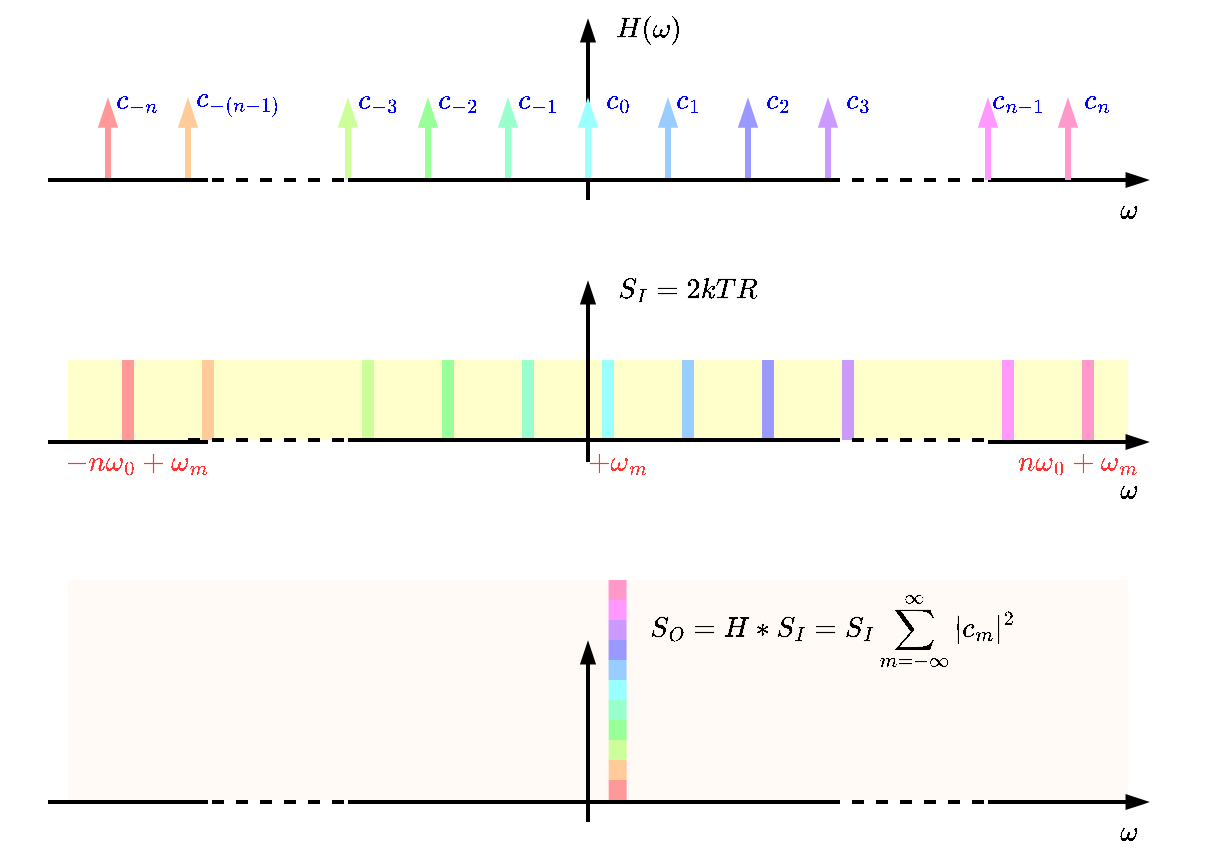
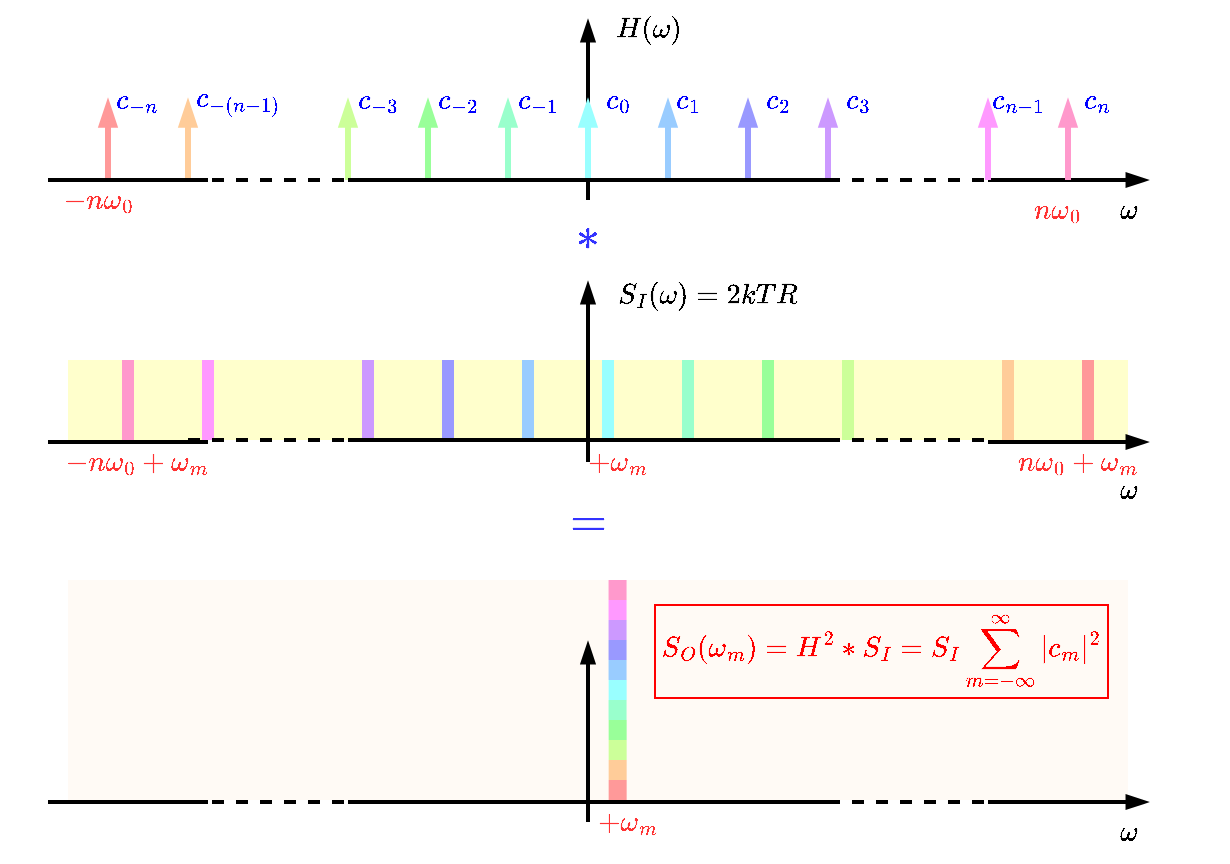
<mxfile host="Electron" agent="Mozilla/5.0 (X11; Linux x86_64) AppleWebKit/537.36 (KHTML, like Gecko) draw.io/28.2.5 Chrome/138.0.7204.251 Electron/37.6.1 Safari/537.36" version="28.2.5">
  <diagram name="Page-1" id="sSTQXFfBTM-hqnwJZ4un">
    <mxGraphModel dx="958" dy="573" grid="1" gridSize="10" guides="1" tooltips="1" connect="1" arrows="1" fold="1" page="1" pageScale="1" pageWidth="850" pageHeight="1100" math="1" shadow="0">
      <root>
        <mxCell id="0" />
        <mxCell id="1" parent="0" />
-         <mxCell id="QjtPeYFllpiAiabISpYr-104" value="" style="rounded=0;whiteSpace=wrap;html=1;fillColor=#FFE6CC;strokeColor=none;opacity=20;" vertex="1" parent="1">
+         <mxCell id="QjtPeYFllpiAiabISpYr-104" value="" style="rounded=0;whiteSpace=wrap;html=1;fillColor=#FFE6CC;strokeColor=none;opacity=20;" parent="1" vertex="1">
          <mxGeometry x="100" y="320" width="530" height="110" as="geometry" />
        </mxCell>
-         <mxCell id="QjtPeYFllpiAiabISpYr-67" value="" style="rounded=0;whiteSpace=wrap;html=1;fillColor=#FFFF00;strokeColor=none;opacity=20;" vertex="1" parent="1">
+         <mxCell id="QjtPeYFllpiAiabISpYr-67" value="" style="rounded=0;whiteSpace=wrap;html=1;fillColor=#FFFF00;strokeColor=none;opacity=20;" parent="1" vertex="1">
          <mxGeometry x="100" y="210" width="530" height="40" as="geometry" />
        </mxCell>
-         <mxCell id="QjtPeYFllpiAiabISpYr-13" value="" style="endArrow=blockThin;html=1;rounded=0;strokeWidth=2;endFill=1;" edge="1" parent="1">
+         <mxCell id="QjtPeYFllpiAiabISpYr-13" value="" style="endArrow=blockThin;html=1;rounded=0;strokeWidth=2;endFill=1;" parent="1" edge="1">
          <mxGeometry width="50" height="50" relative="1" as="geometry">
            <mxPoint x="360" y="130" as="sourcePoint" />
            <mxPoint x="360" y="40" as="targetPoint" />
          </mxGeometry>
        </mxCell>
-         <mxCell id="QjtPeYFllpiAiabISpYr-1" value="" style="endArrow=blockThin;html=1;rounded=0;strokeWidth=2;endFill=1;" edge="1" parent="1">
+         <mxCell id="QjtPeYFllpiAiabISpYr-1" value="" style="endArrow=blockThin;html=1;rounded=0;strokeWidth=2;endFill=1;" parent="1" edge="1">
          <mxGeometry width="50" height="50" relative="1" as="geometry">
            <mxPoint x="560" y="120" as="sourcePoint" />
            <mxPoint x="640" y="120" as="targetPoint" />
          </mxGeometry>
        </mxCell>
-         <mxCell id="QjtPeYFllpiAiabISpYr-3" value="" style="endArrow=blockThin;html=1;rounded=0;strokeWidth=3;strokeColor=#CCFF99;endFill=1;" edge="1" parent="1">
+         <mxCell id="QjtPeYFllpiAiabISpYr-3" value="" style="endArrow=blockThin;html=1;rounded=0;strokeWidth=3;strokeColor=#CCFF99;endFill=1;" parent="1" edge="1">
          <mxGeometry width="50" height="50" relative="1" as="geometry">
            <mxPoint x="240" y="120" as="sourcePoint" />
            <mxPoint x="240" y="80" as="targetPoint" />
          </mxGeometry>
        </mxCell>
-         <mxCell id="QjtPeYFllpiAiabISpYr-4" value="" style="endArrow=blockThin;html=1;rounded=0;strokeWidth=3;strokeColor=#99FF99;endFill=1;" edge="1" parent="1">
+         <mxCell id="QjtPeYFllpiAiabISpYr-4" value="" style="endArrow=blockThin;html=1;rounded=0;strokeWidth=3;strokeColor=#99FF99;endFill=1;" parent="1" edge="1">
          <mxGeometry width="50" height="50" relative="1" as="geometry">
            <mxPoint x="280" y="120" as="sourcePoint" />
            <mxPoint x="280" y="80" as="targetPoint" />
          </mxGeometry>
        </mxCell>
-         <mxCell id="QjtPeYFllpiAiabISpYr-5" value="" style="endArrow=blockThin;html=1;rounded=0;strokeWidth=3;strokeColor=#99FFCC;endFill=1;" edge="1" parent="1">
+         <mxCell id="QjtPeYFllpiAiabISpYr-5" value="" style="endArrow=blockThin;html=1;rounded=0;strokeWidth=3;strokeColor=#99FFCC;endFill=1;" parent="1" edge="1">
          <mxGeometry width="50" height="50" relative="1" as="geometry">
            <mxPoint x="320" y="120" as="sourcePoint" />
            <mxPoint x="320" y="80" as="targetPoint" />
          </mxGeometry>
        </mxCell>
-         <mxCell id="QjtPeYFllpiAiabISpYr-6" value="" style="endArrow=blockThin;html=1;rounded=0;strokeWidth=3;strokeColor=#99FFFF;endFill=1;" edge="1" parent="1">
+         <mxCell id="QjtPeYFllpiAiabISpYr-6" value="" style="endArrow=blockThin;html=1;rounded=0;strokeWidth=3;strokeColor=#99FFFF;endFill=1;" parent="1" edge="1">
          <mxGeometry width="50" height="50" relative="1" as="geometry">
            <mxPoint x="360" y="120" as="sourcePoint" />
            <mxPoint x="360" y="80" as="targetPoint" />
          </mxGeometry>
        </mxCell>
-         <mxCell id="QjtPeYFllpiAiabISpYr-7" value="" style="endArrow=blockThin;html=1;rounded=0;strokeWidth=3;strokeColor=#99CCFF;endFill=1;" edge="1" parent="1">
+         <mxCell id="QjtPeYFllpiAiabISpYr-7" value="" style="endArrow=blockThin;html=1;rounded=0;strokeWidth=3;strokeColor=#99CCFF;endFill=1;" parent="1" edge="1">
          <mxGeometry width="50" height="50" relative="1" as="geometry">
            <mxPoint x="400" y="120" as="sourcePoint" />
            <mxPoint x="400" y="80" as="targetPoint" />
          </mxGeometry>
        </mxCell>
-         <mxCell id="QjtPeYFllpiAiabISpYr-8" value="" style="endArrow=blockThin;html=1;rounded=0;strokeWidth=3;strokeColor=#9999FF;endFill=1;" edge="1" parent="1">
+         <mxCell id="QjtPeYFllpiAiabISpYr-8" value="" style="endArrow=blockThin;html=1;rounded=0;strokeWidth=3;strokeColor=#9999FF;endFill=1;" parent="1" edge="1">
          <mxGeometry width="50" height="50" relative="1" as="geometry">
            <mxPoint x="440" y="120" as="sourcePoint" />
            <mxPoint x="440" y="80" as="targetPoint" />
          </mxGeometry>
        </mxCell>
-         <mxCell id="QjtPeYFllpiAiabISpYr-9" value="" style="endArrow=blockThin;html=1;rounded=0;strokeWidth=3;strokeColor=#CC99FF;endFill=1;" edge="1" parent="1">
+         <mxCell id="QjtPeYFllpiAiabISpYr-9" value="" style="endArrow=blockThin;html=1;rounded=0;strokeWidth=3;strokeColor=#CC99FF;endFill=1;" parent="1" edge="1">
          <mxGeometry width="50" height="50" relative="1" as="geometry">
            <mxPoint x="480" y="120" as="sourcePoint" />
            <mxPoint x="480" y="80" as="targetPoint" />
          </mxGeometry>
        </mxCell>
-         <mxCell id="QjtPeYFllpiAiabISpYr-11" value="" style="endArrow=blockThin;html=1;rounded=0;strokeWidth=3;strokeColor=#FF99FF;endFill=1;" edge="1" parent="1">
+         <mxCell id="QjtPeYFllpiAiabISpYr-11" value="" style="endArrow=blockThin;html=1;rounded=0;strokeWidth=3;strokeColor=#FF99FF;endFill=1;" parent="1" edge="1">
          <mxGeometry width="50" height="50" relative="1" as="geometry">
            <mxPoint x="560" y="120" as="sourcePoint" />
            <mxPoint x="560" y="80" as="targetPoint" />
          </mxGeometry>
        </mxCell>
-         <mxCell id="QjtPeYFllpiAiabISpYr-14" value="" style="endArrow=blockThin;html=1;rounded=0;strokeWidth=3;strokeColor=#FF9999;endFill=1;" edge="1" parent="1">
+         <mxCell id="QjtPeYFllpiAiabISpYr-14" value="" style="endArrow=blockThin;html=1;rounded=0;strokeWidth=3;strokeColor=#FF9999;endFill=1;" parent="1" edge="1">
          <mxGeometry width="50" height="50" relative="1" as="geometry">
            <mxPoint x="120" y="120" as="sourcePoint" />
            <mxPoint x="120" y="80" as="targetPoint" />
          </mxGeometry>
        </mxCell>
-         <mxCell id="QjtPeYFllpiAiabISpYr-15" value="" style="endArrow=blockThin;html=1;rounded=0;strokeWidth=3;strokeColor=#FFCC99;endFill=1;" edge="1" parent="1">
+         <mxCell id="QjtPeYFllpiAiabISpYr-15" value="" style="endArrow=blockThin;html=1;rounded=0;strokeWidth=3;strokeColor=#FFCC99;endFill=1;" parent="1" edge="1">
          <mxGeometry width="50" height="50" relative="1" as="geometry">
            <mxPoint x="160" y="120" as="sourcePoint" />
            <mxPoint x="160" y="80" as="targetPoint" />
          </mxGeometry>
        </mxCell>
-         <mxCell id="QjtPeYFllpiAiabISpYr-16" value="" style="endArrow=blockThin;html=1;rounded=0;strokeWidth=3;strokeColor=#FF99CC;endFill=1;" edge="1" parent="1">
+         <mxCell id="QjtPeYFllpiAiabISpYr-16" value="" style="endArrow=blockThin;html=1;rounded=0;strokeWidth=3;strokeColor=#FF99CC;endFill=1;" parent="1" edge="1">
          <mxGeometry width="50" height="50" relative="1" as="geometry">
            <mxPoint x="600" y="120" as="sourcePoint" />
            <mxPoint x="600" y="80" as="targetPoint" />
          </mxGeometry>
        </mxCell>
-         <mxCell id="QjtPeYFllpiAiabISpYr-17" value="&lt;font style=&quot;color: rgb(0, 0, 0);&quot;&gt;$$H(\omega)$$&lt;/font&gt;" style="text;html=1;align=center;verticalAlign=middle;whiteSpace=wrap;rounded=0;" vertex="1" parent="1">
+         <mxCell id="QjtPeYFllpiAiabISpYr-17" value="&lt;font style=&quot;color: rgb(0, 0, 0);&quot;&gt;$$H(\omega)$$&lt;/font&gt;" style="text;html=1;align=center;verticalAlign=middle;whiteSpace=wrap;rounded=0;" parent="1" vertex="1">
          <mxGeometry x="360" y="30" width="60" height="30" as="geometry" />
        </mxCell>
-         <mxCell id="QjtPeYFllpiAiabISpYr-18" value="&lt;font style=&quot;color: rgb(0, 0, 0);&quot;&gt;$$\omega$$&lt;/font&gt;" style="text;html=1;align=center;verticalAlign=middle;whiteSpace=wrap;rounded=0;" vertex="1" parent="1">
+         <mxCell id="QjtPeYFllpiAiabISpYr-18" value="&lt;font style=&quot;color: rgb(0, 0, 0);&quot;&gt;$$\omega$$&lt;/font&gt;" style="text;html=1;align=center;verticalAlign=middle;whiteSpace=wrap;rounded=0;" parent="1" vertex="1">
          <mxGeometry x="600" y="120" width="60" height="30" as="geometry" />
        </mxCell>
-         <mxCell id="QjtPeYFllpiAiabISpYr-19" value="&lt;font style=&quot;color: rgb(0, 0, 255);&quot;&gt;$$c_0$$&lt;/font&gt;" style="text;html=1;align=center;verticalAlign=middle;whiteSpace=wrap;rounded=0;" vertex="1" parent="1">
+         <mxCell id="QjtPeYFllpiAiabISpYr-19" value="&lt;font style=&quot;color: rgb(0, 0, 255);&quot;&gt;$$c_0$$&lt;/font&gt;" style="text;html=1;align=center;verticalAlign=middle;whiteSpace=wrap;rounded=0;" parent="1" vertex="1">
          <mxGeometry x="360" y="70" width="30" height="20" as="geometry" />
        </mxCell>
-         <mxCell id="QjtPeYFllpiAiabISpYr-20" value="&lt;font style=&quot;color: rgb(0, 0, 255);&quot;&gt;$$c_1$$&lt;/font&gt;" style="text;html=1;align=center;verticalAlign=middle;whiteSpace=wrap;rounded=0;" vertex="1" parent="1">
+         <mxCell id="QjtPeYFllpiAiabISpYr-20" value="&lt;font style=&quot;color: rgb(0, 0, 255);&quot;&gt;$$c_1$$&lt;/font&gt;" style="text;html=1;align=center;verticalAlign=middle;whiteSpace=wrap;rounded=0;" parent="1" vertex="1">
          <mxGeometry x="395" y="70" width="30" height="20" as="geometry" />
        </mxCell>
-         <mxCell id="QjtPeYFllpiAiabISpYr-21" value="&lt;font style=&quot;color: rgb(0, 0, 255);&quot;&gt;$$c_2$$&lt;/font&gt;" style="text;html=1;align=center;verticalAlign=middle;whiteSpace=wrap;rounded=0;" vertex="1" parent="1">
+         <mxCell id="QjtPeYFllpiAiabISpYr-21" value="&lt;font style=&quot;color: rgb(0, 0, 255);&quot;&gt;$$c_2$$&lt;/font&gt;" style="text;html=1;align=center;verticalAlign=middle;whiteSpace=wrap;rounded=0;" parent="1" vertex="1">
          <mxGeometry x="440" y="70" width="30" height="20" as="geometry" />
        </mxCell>
-         <mxCell id="QjtPeYFllpiAiabISpYr-22" value="&lt;font style=&quot;color: rgb(0, 0, 255);&quot;&gt;$$c_3$$&lt;/font&gt;" style="text;html=1;align=center;verticalAlign=middle;whiteSpace=wrap;rounded=0;" vertex="1" parent="1">
+         <mxCell id="QjtPeYFllpiAiabISpYr-22" value="&lt;font style=&quot;color: rgb(0, 0, 255);&quot;&gt;$$c_3$$&lt;/font&gt;" style="text;html=1;align=center;verticalAlign=middle;whiteSpace=wrap;rounded=0;" parent="1" vertex="1">
          <mxGeometry x="480" y="70" width="30" height="20" as="geometry" />
        </mxCell>
-         <mxCell id="QjtPeYFllpiAiabISpYr-24" value="&lt;font style=&quot;color: rgb(0, 0, 255);&quot;&gt;$$c_n$$&lt;/font&gt;" style="text;html=1;align=center;verticalAlign=middle;whiteSpace=wrap;rounded=0;" vertex="1" parent="1">
+         <mxCell id="QjtPeYFllpiAiabISpYr-24" value="&lt;font style=&quot;color: rgb(0, 0, 255);&quot;&gt;$$c_n$$&lt;/font&gt;" style="text;html=1;align=center;verticalAlign=middle;whiteSpace=wrap;rounded=0;" parent="1" vertex="1">
          <mxGeometry x="600" y="70" width="30" height="20" as="geometry" />
        </mxCell>
-         <mxCell id="QjtPeYFllpiAiabISpYr-26" value="&lt;font style=&quot;color: rgb(0, 0, 255);&quot;&gt;$$c_{n-1}$$&lt;/font&gt;" style="text;html=1;align=center;verticalAlign=middle;whiteSpace=wrap;rounded=0;" vertex="1" parent="1">
+         <mxCell id="QjtPeYFllpiAiabISpYr-26" value="&lt;font style=&quot;color: rgb(0, 0, 255);&quot;&gt;$$c_{n-1}$$&lt;/font&gt;" style="text;html=1;align=center;verticalAlign=middle;whiteSpace=wrap;rounded=0;" parent="1" vertex="1">
          <mxGeometry x="560" y="70" width="30" height="20" as="geometry" />
        </mxCell>
-         <mxCell id="QjtPeYFllpiAiabISpYr-27" value="" style="endArrow=none;html=1;rounded=0;strokeWidth=2;endFill=0;dashed=1;" edge="1" parent="1">
+         <mxCell id="QjtPeYFllpiAiabISpYr-27" value="" style="endArrow=none;html=1;rounded=0;strokeWidth=2;endFill=0;dashed=1;" parent="1" edge="1">
          <mxGeometry width="50" height="50" relative="1" as="geometry">
            <mxPoint x="480" y="120" as="sourcePoint" />
            <mxPoint x="560" y="120" as="targetPoint" />
          </mxGeometry>
        </mxCell>
-         <mxCell id="QjtPeYFllpiAiabISpYr-28" value="" style="endArrow=none;html=1;rounded=0;strokeWidth=2;endFill=0;dashed=1;" edge="1" parent="1">
+         <mxCell id="QjtPeYFllpiAiabISpYr-28" value="" style="endArrow=none;html=1;rounded=0;strokeWidth=2;endFill=0;dashed=1;" parent="1" edge="1">
          <mxGeometry width="50" height="50" relative="1" as="geometry">
            <mxPoint x="160" y="120" as="sourcePoint" />
            <mxPoint x="240" y="120" as="targetPoint" />
          </mxGeometry>
        </mxCell>
-         <mxCell id="QjtPeYFllpiAiabISpYr-29" value="" style="endArrow=none;html=1;rounded=0;strokeWidth=2;endFill=0;" edge="1" parent="1">
+         <mxCell id="QjtPeYFllpiAiabISpYr-29" value="" style="endArrow=none;html=1;rounded=0;strokeWidth=2;endFill=0;" parent="1" edge="1">
          <mxGeometry width="50" height="50" relative="1" as="geometry">
            <mxPoint x="240" y="120" as="sourcePoint" />
            <mxPoint x="480" y="120" as="targetPoint" />
          </mxGeometry>
        </mxCell>
-         <mxCell id="QjtPeYFllpiAiabISpYr-30" value="" style="endArrow=none;html=1;rounded=0;strokeWidth=2;endFill=0;" edge="1" parent="1">
+         <mxCell id="QjtPeYFllpiAiabISpYr-30" value="" style="endArrow=none;html=1;rounded=0;strokeWidth=2;endFill=0;" parent="1" edge="1">
          <mxGeometry width="50" height="50" relative="1" as="geometry">
            <mxPoint x="90" y="120" as="sourcePoint" />
            <mxPoint x="170" y="120" as="targetPoint" />
          </mxGeometry>
        </mxCell>
-         <mxCell id="QjtPeYFllpiAiabISpYr-32" value="&lt;font style=&quot;color: rgb(0, 0, 255);&quot;&gt;$$c_{-1}$$&lt;/font&gt;" style="text;html=1;align=center;verticalAlign=middle;whiteSpace=wrap;rounded=0;flipH=0;flipV=1;" vertex="1" parent="1">
+         <mxCell id="QjtPeYFllpiAiabISpYr-32" value="&lt;font style=&quot;color: rgb(0, 0, 255);&quot;&gt;$$c_{-1}$$&lt;/font&gt;" style="text;html=1;align=center;verticalAlign=middle;whiteSpace=wrap;rounded=0;flipH=0;flipV=1;" parent="1" vertex="1">
          <mxGeometry x="320" y="70" width="30" height="20" as="geometry" />
        </mxCell>
-         <mxCell id="QjtPeYFllpiAiabISpYr-33" value="&lt;font style=&quot;color: rgb(0, 0, 255);&quot;&gt;$$c_{-2}$$&lt;/font&gt;" style="text;html=1;align=center;verticalAlign=middle;whiteSpace=wrap;rounded=0;flipH=0;flipV=1;" vertex="1" parent="1">
+         <mxCell id="QjtPeYFllpiAiabISpYr-33" value="&lt;font style=&quot;color: rgb(0, 0, 255);&quot;&gt;$$c_{-2}$$&lt;/font&gt;" style="text;html=1;align=center;verticalAlign=middle;whiteSpace=wrap;rounded=0;flipH=0;flipV=1;" parent="1" vertex="1">
          <mxGeometry x="280" y="70" width="30" height="20" as="geometry" />
        </mxCell>
-         <mxCell id="QjtPeYFllpiAiabISpYr-34" value="&lt;font style=&quot;color: rgb(0, 0, 255);&quot;&gt;$$c_{-3}$$&lt;/font&gt;" style="text;html=1;align=center;verticalAlign=middle;whiteSpace=wrap;rounded=0;flipH=0;flipV=1;" vertex="1" parent="1">
+         <mxCell id="QjtPeYFllpiAiabISpYr-34" value="&lt;font style=&quot;color: rgb(0, 0, 255);&quot;&gt;$$c_{-3}$$&lt;/font&gt;" style="text;html=1;align=center;verticalAlign=middle;whiteSpace=wrap;rounded=0;flipH=0;flipV=1;" parent="1" vertex="1">
          <mxGeometry x="240" y="70" width="30" height="20" as="geometry" />
        </mxCell>
-         <mxCell id="QjtPeYFllpiAiabISpYr-35" value="&lt;font style=&quot;color: rgb(0, 0, 255);&quot;&gt;$$c_{-(n-1)}$$&lt;/font&gt;" style="text;html=1;align=center;verticalAlign=middle;whiteSpace=wrap;rounded=0;flipH=0;flipV=1;" vertex="1" parent="1">
+         <mxCell id="QjtPeYFllpiAiabISpYr-35" value="&lt;font style=&quot;color: rgb(0, 0, 255);&quot;&gt;$$c_{-(n-1)}$$&lt;/font&gt;" style="text;html=1;align=center;verticalAlign=middle;whiteSpace=wrap;rounded=0;flipH=0;flipV=1;" parent="1" vertex="1">
          <mxGeometry x="170" y="70" width="30" height="20" as="geometry" />
        </mxCell>
-         <mxCell id="QjtPeYFllpiAiabISpYr-36" value="&lt;font style=&quot;color: rgb(0, 0, 255);&quot;&gt;$$c_{-n}$$&lt;/font&gt;" style="text;html=1;align=center;verticalAlign=middle;whiteSpace=wrap;rounded=0;" vertex="1" parent="1">
+         <mxCell id="QjtPeYFllpiAiabISpYr-36" value="&lt;font style=&quot;color: rgb(0, 0, 255);&quot;&gt;$$c_{-n}$$&lt;/font&gt;" style="text;html=1;align=center;verticalAlign=middle;whiteSpace=wrap;rounded=0;" parent="1" vertex="1">
          <mxGeometry x="120" y="70" width="30" height="20" as="geometry" />
        </mxCell>
-         <mxCell id="QjtPeYFllpiAiabISpYr-37" value="" style="endArrow=blockThin;html=1;rounded=0;strokeWidth=2;endFill=1;" edge="1" parent="1">
+         <mxCell id="QjtPeYFllpiAiabISpYr-37" value="" style="endArrow=blockThin;html=1;rounded=0;strokeWidth=2;endFill=1;" parent="1" edge="1">
          <mxGeometry width="50" height="50" relative="1" as="geometry">
            <mxPoint x="360" y="261" as="sourcePoint" />
            <mxPoint x="360" y="171" as="targetPoint" />
          </mxGeometry>
        </mxCell>
-         <mxCell id="QjtPeYFllpiAiabISpYr-38" value="" style="endArrow=blockThin;html=1;rounded=0;strokeWidth=2;endFill=1;" edge="1" parent="1">
+         <mxCell id="QjtPeYFllpiAiabISpYr-38" value="" style="endArrow=blockThin;html=1;rounded=0;strokeWidth=2;endFill=1;" parent="1" edge="1">
          <mxGeometry width="50" height="50" relative="1" as="geometry">
            <mxPoint x="560" y="251" as="sourcePoint" />
            <mxPoint x="640" y="251" as="targetPoint" />
          </mxGeometry>
        </mxCell>
-         <mxCell id="QjtPeYFllpiAiabISpYr-39" value="" style="endArrow=none;html=1;rounded=0;strokeWidth=6;strokeColor=#CCFF99;endFill=0;" edge="1" parent="1">
+         <mxCell id="QjtPeYFllpiAiabISpYr-39" value="" style="endArrow=none;html=1;rounded=0;strokeWidth=6;strokeColor=#CC99FF;endFill=0;" parent="1" edge="1">
          <mxGeometry width="50" height="50" relative="1" as="geometry">
            <mxPoint x="250" y="250" as="sourcePoint" />
            <mxPoint x="250" y="210" as="targetPoint" />
          </mxGeometry>
        </mxCell>
-         <mxCell id="QjtPeYFllpiAiabISpYr-40" value="" style="endArrow=none;html=1;rounded=0;strokeWidth=6;strokeColor=#99FF99;endFill=0;" edge="1" parent="1">
+         <mxCell id="QjtPeYFllpiAiabISpYr-40" value="" style="endArrow=none;html=1;rounded=0;strokeWidth=6;strokeColor=#9999FF;endFill=0;" parent="1" edge="1">
          <mxGeometry width="50" height="50" relative="1" as="geometry">
            <mxPoint x="290" y="250" as="sourcePoint" />
            <mxPoint x="290" y="210" as="targetPoint" />
          </mxGeometry>
        </mxCell>
-         <mxCell id="QjtPeYFllpiAiabISpYr-41" value="" style="endArrow=none;html=1;rounded=0;strokeWidth=6;strokeColor=#99FFCC;endFill=0;" edge="1" parent="1">
+         <mxCell id="QjtPeYFllpiAiabISpYr-41" value="" style="endArrow=none;html=1;rounded=0;strokeWidth=6;strokeColor=#99CCFF;endFill=0;" parent="1" edge="1">
          <mxGeometry width="50" height="50" relative="1" as="geometry">
            <mxPoint x="330" y="250" as="sourcePoint" />
            <mxPoint x="330" y="210" as="targetPoint" />
          </mxGeometry>
        </mxCell>
-         <mxCell id="QjtPeYFllpiAiabISpYr-42" value="" style="endArrow=none;html=1;rounded=0;strokeWidth=6;strokeColor=#99FFFF;endFill=0;" edge="1" parent="1">
+         <mxCell id="QjtPeYFllpiAiabISpYr-42" value="" style="endArrow=none;html=1;rounded=0;strokeWidth=6;strokeColor=#99FFFF;endFill=0;" parent="1" edge="1">
          <mxGeometry width="50" height="50" relative="1" as="geometry">
            <mxPoint x="370" y="250" as="sourcePoint" />
            <mxPoint x="370" y="210" as="targetPoint" />
          </mxGeometry>
        </mxCell>
-         <mxCell id="QjtPeYFllpiAiabISpYr-43" value="" style="endArrow=none;html=1;rounded=0;strokeWidth=6;strokeColor=#99CCFF;endFill=0;" edge="1" parent="1">
+         <mxCell id="QjtPeYFllpiAiabISpYr-43" value="" style="endArrow=none;html=1;rounded=0;strokeWidth=6;strokeColor=#99FFCC;endFill=0;" parent="1" edge="1">
          <mxGeometry width="50" height="50" relative="1" as="geometry">
            <mxPoint x="410" y="250" as="sourcePoint" />
            <mxPoint x="410" y="210" as="targetPoint" />
          </mxGeometry>
        </mxCell>
-         <mxCell id="QjtPeYFllpiAiabISpYr-44" value="" style="endArrow=none;html=1;rounded=0;strokeWidth=6;strokeColor=#9999FF;endFill=0;" edge="1" parent="1">
+         <mxCell id="QjtPeYFllpiAiabISpYr-44" value="" style="endArrow=none;html=1;rounded=0;strokeWidth=6;strokeColor=#99FF99;endFill=0;" parent="1" edge="1">
          <mxGeometry width="50" height="50" relative="1" as="geometry">
            <mxPoint x="450" y="250" as="sourcePoint" />
            <mxPoint x="450" y="210" as="targetPoint" />
          </mxGeometry>
        </mxCell>
-         <mxCell id="QjtPeYFllpiAiabISpYr-45" value="" style="endArrow=none;html=1;rounded=0;strokeWidth=6;strokeColor=#CC99FF;endFill=0;" edge="1" parent="1">
+         <mxCell id="QjtPeYFllpiAiabISpYr-45" value="" style="endArrow=none;html=1;rounded=0;strokeWidth=6;strokeColor=#CCFF99;endFill=0;" parent="1" edge="1">
          <mxGeometry width="50" height="50" relative="1" as="geometry">
            <mxPoint x="490" y="250" as="sourcePoint" />
            <mxPoint x="490" y="210" as="targetPoint" />
          </mxGeometry>
        </mxCell>
-         <mxCell id="QjtPeYFllpiAiabISpYr-46" value="" style="endArrow=none;html=1;rounded=0;strokeWidth=6;strokeColor=#FF99FF;endFill=0;" edge="1" parent="1">
+         <mxCell id="QjtPeYFllpiAiabISpYr-46" value="" style="endArrow=none;html=1;rounded=0;strokeWidth=6;strokeColor=#FFCC99;endFill=0;" parent="1" edge="1">
          <mxGeometry width="50" height="50" relative="1" as="geometry">
            <mxPoint x="570" y="250" as="sourcePoint" />
            <mxPoint x="570" y="210" as="targetPoint" />
          </mxGeometry>
        </mxCell>
-         <mxCell id="QjtPeYFllpiAiabISpYr-47" value="" style="endArrow=none;html=1;rounded=0;strokeWidth=6;strokeColor=#FF9999;endFill=0;" edge="1" parent="1">
+         <mxCell id="QjtPeYFllpiAiabISpYr-47" value="" style="endArrow=none;html=1;rounded=0;strokeWidth=6;strokeColor=#FF99CC;endFill=0;" parent="1" edge="1">
          <mxGeometry width="50" height="50" relative="1" as="geometry">
            <mxPoint x="130" y="250" as="sourcePoint" />
            <mxPoint x="130" y="210" as="targetPoint" />
          </mxGeometry>
        </mxCell>
-         <mxCell id="QjtPeYFllpiAiabISpYr-48" value="" style="endArrow=none;html=1;rounded=0;strokeWidth=6;strokeColor=#FFCC99;endFill=0;" edge="1" parent="1">
+         <mxCell id="QjtPeYFllpiAiabISpYr-48" value="" style="endArrow=none;html=1;rounded=0;strokeWidth=6;strokeColor=#FF99FF;endFill=0;" parent="1" edge="1">
          <mxGeometry width="50" height="50" relative="1" as="geometry">
            <mxPoint x="170" y="250" as="sourcePoint" />
            <mxPoint x="170" y="210" as="targetPoint" />
          </mxGeometry>
        </mxCell>
-         <mxCell id="QjtPeYFllpiAiabISpYr-49" value="" style="endArrow=none;html=1;rounded=0;strokeWidth=6;strokeColor=#FF99CC;endFill=0;" edge="1" parent="1">
+         <mxCell id="QjtPeYFllpiAiabISpYr-49" value="" style="endArrow=none;html=1;rounded=0;strokeWidth=6;strokeColor=#FF9999;endFill=0;" parent="1" edge="1">
          <mxGeometry width="50" height="50" relative="1" as="geometry">
            <mxPoint x="610" y="250" as="sourcePoint" />
            <mxPoint x="610" y="210" as="targetPoint" />
          </mxGeometry>
        </mxCell>
-         <mxCell id="QjtPeYFllpiAiabISpYr-50" value="&lt;font style=&quot;color: rgb(0, 0, 0);&quot;&gt;$$S_I=2kTR$$&lt;/font&gt;" style="text;html=1;align=center;verticalAlign=middle;whiteSpace=wrap;rounded=0;" vertex="1" parent="1">
-           <mxGeometry x="380" y="160" width="60" height="30" as="geometry" />
-         </mxCell>
-         <mxCell id="QjtPeYFllpiAiabISpYr-51" value="&lt;font style=&quot;color: rgb(0, 0, 0);&quot;&gt;$$\omega$$&lt;/font&gt;" style="text;html=1;align=center;verticalAlign=middle;whiteSpace=wrap;rounded=0;" vertex="1" parent="1">
+         <mxCell id="QjtPeYFllpiAiabISpYr-50" value="&lt;font style=&quot;color: rgb(0, 0, 0);&quot;&gt;$$S_I(\omega)=2kTR$$&lt;/font&gt;" style="text;html=1;align=center;verticalAlign=middle;whiteSpace=wrap;rounded=0;" parent="1" vertex="1">
+           <mxGeometry x="390" y="163" width="60" height="30" as="geometry" />
+         </mxCell>
+         <mxCell id="QjtPeYFllpiAiabISpYr-51" value="&lt;font style=&quot;color: rgb(0, 0, 0);&quot;&gt;$$\omega$$&lt;/font&gt;" style="text;html=1;align=center;verticalAlign=middle;whiteSpace=wrap;rounded=0;" parent="1" vertex="1">
          <mxGeometry x="600" y="260" width="60" height="30" as="geometry" />
        </mxCell>
-         <mxCell id="QjtPeYFllpiAiabISpYr-58" value="" style="endArrow=none;html=1;rounded=0;strokeWidth=2;endFill=0;dashed=1;" edge="1" parent="1">
+         <mxCell id="QjtPeYFllpiAiabISpYr-58" value="" style="endArrow=none;html=1;rounded=0;strokeWidth=2;endFill=0;dashed=1;" parent="1" edge="1">
          <mxGeometry width="50" height="50" relative="1" as="geometry">
            <mxPoint x="480" y="250" as="sourcePoint" />
            <mxPoint x="560" y="250" as="targetPoint" />
          </mxGeometry>
        </mxCell>
-         <mxCell id="QjtPeYFllpiAiabISpYr-59" value="" style="endArrow=none;html=1;rounded=0;strokeWidth=2;endFill=0;dashed=1;" edge="1" parent="1">
+         <mxCell id="QjtPeYFllpiAiabISpYr-59" value="" style="endArrow=none;html=1;rounded=0;strokeWidth=2;endFill=0;dashed=1;" parent="1" edge="1">
          <mxGeometry width="50" height="50" relative="1" as="geometry">
            <mxPoint x="160" y="250" as="sourcePoint" />
            <mxPoint x="240" y="250" as="targetPoint" />
          </mxGeometry>
        </mxCell>
-         <mxCell id="QjtPeYFllpiAiabISpYr-60" value="" style="endArrow=none;html=1;rounded=0;strokeWidth=2;endFill=0;" edge="1" parent="1">
+         <mxCell id="QjtPeYFllpiAiabISpYr-60" value="" style="endArrow=none;html=1;rounded=0;strokeWidth=2;endFill=0;" parent="1" edge="1">
          <mxGeometry width="50" height="50" relative="1" as="geometry">
            <mxPoint x="240" y="250" as="sourcePoint" />
            <mxPoint x="480" y="250" as="targetPoint" />
          </mxGeometry>
        </mxCell>
-         <mxCell id="QjtPeYFllpiAiabISpYr-61" value="" style="endArrow=none;html=1;rounded=0;strokeWidth=2;endFill=0;" edge="1" parent="1">
+         <mxCell id="QjtPeYFllpiAiabISpYr-61" value="" style="endArrow=none;html=1;rounded=0;strokeWidth=2;endFill=0;" parent="1" edge="1">
          <mxGeometry width="50" height="50" relative="1" as="geometry">
            <mxPoint x="90" y="251" as="sourcePoint" />
            <mxPoint x="170" y="251" as="targetPoint" />
          </mxGeometry>
        </mxCell>
-         <mxCell id="QjtPeYFllpiAiabISpYr-69" value="" style="endArrow=blockThin;html=1;rounded=0;strokeWidth=2;endFill=1;" edge="1" parent="1">
+         <mxCell id="QjtPeYFllpiAiabISpYr-69" value="" style="endArrow=blockThin;html=1;rounded=0;strokeWidth=2;endFill=1;" parent="1" edge="1">
          <mxGeometry width="50" height="50" relative="1" as="geometry">
            <mxPoint x="360" y="441" as="sourcePoint" />
            <mxPoint x="360" y="351" as="targetPoint" />
          </mxGeometry>
        </mxCell>
-         <mxCell id="QjtPeYFllpiAiabISpYr-70" value="" style="endArrow=blockThin;html=1;rounded=0;strokeWidth=2;endFill=1;" edge="1" parent="1">
+         <mxCell id="QjtPeYFllpiAiabISpYr-70" value="" style="endArrow=blockThin;html=1;rounded=0;strokeWidth=2;endFill=1;" parent="1" edge="1">
          <mxGeometry width="50" height="50" relative="1" as="geometry">
            <mxPoint x="560" y="431" as="sourcePoint" />
            <mxPoint x="640" y="431" as="targetPoint" />
          </mxGeometry>
        </mxCell>
-         <mxCell id="QjtPeYFllpiAiabISpYr-79" value="" style="endArrow=none;html=1;rounded=0;strokeWidth=9;strokeColor=#FF9999;endFill=0;" edge="1" parent="1">
+         <mxCell id="QjtPeYFllpiAiabISpYr-79" value="" style="endArrow=none;html=1;rounded=0;strokeWidth=9;strokeColor=#FF9999;endFill=0;" parent="1" edge="1">
          <mxGeometry width="50" height="50" relative="1" as="geometry">
            <mxPoint x="374.83" y="430" as="sourcePoint" />
            <mxPoint x="374.83" y="420" as="targetPoint" />
          </mxGeometry>
        </mxCell>
-         <mxCell id="QjtPeYFllpiAiabISpYr-82" value="&lt;font style=&quot;color: rgb(0, 0, 0);&quot;&gt;$$S_O=H*S_I=S_I\sum_{m=-\infty}^{\infty}|c_m|^2$$&lt;/font&gt;" style="text;html=1;align=center;verticalAlign=middle;whiteSpace=wrap;rounded=0;" vertex="1" parent="1">
-           <mxGeometry x="455" y="330" width="55" height="30" as="geometry" />
-         </mxCell>
-         <mxCell id="QjtPeYFllpiAiabISpYr-83" value="&lt;font style=&quot;color: rgb(0, 0, 0);&quot;&gt;$$\omega$$&lt;/font&gt;" style="text;html=1;align=center;verticalAlign=middle;whiteSpace=wrap;rounded=0;" vertex="1" parent="1">
+         <mxCell id="QjtPeYFllpiAiabISpYr-82" value="&lt;font style=&quot;color: rgb(255, 0, 0);&quot;&gt;&lt;b style=&quot;&quot;&gt;$$\boxed{S_O(\omega_m)=H^2*S_I=S_I\sum_{m=-\infty}^{\infty}|c_m|^2}$$&lt;/b&gt;&lt;/font&gt;" style="text;html=1;align=center;verticalAlign=middle;whiteSpace=wrap;rounded=0;" parent="1" vertex="1">
+           <mxGeometry x="479" y="340" width="55" height="30" as="geometry" />
+         </mxCell>
+         <mxCell id="QjtPeYFllpiAiabISpYr-83" value="&lt;font style=&quot;color: rgb(0, 0, 0);&quot;&gt;$$\omega$$&lt;/font&gt;" style="text;html=1;align=center;verticalAlign=middle;whiteSpace=wrap;rounded=0;" parent="1" vertex="1">
          <mxGeometry x="600" y="431" width="60" height="30" as="geometry" />
        </mxCell>
-         <mxCell id="QjtPeYFllpiAiabISpYr-84" value="" style="endArrow=none;html=1;rounded=0;strokeWidth=2;endFill=0;dashed=1;" edge="1" parent="1">
+         <mxCell id="QjtPeYFllpiAiabISpYr-84" value="" style="endArrow=none;html=1;rounded=0;strokeWidth=2;endFill=0;dashed=1;" parent="1" edge="1">
          <mxGeometry width="50" height="50" relative="1" as="geometry">
            <mxPoint x="480" y="431" as="sourcePoint" />
            <mxPoint x="560" y="431" as="targetPoint" />
          </mxGeometry>
        </mxCell>
-         <mxCell id="QjtPeYFllpiAiabISpYr-85" value="" style="endArrow=none;html=1;rounded=0;strokeWidth=2;endFill=0;dashed=1;" edge="1" parent="1">
+         <mxCell id="QjtPeYFllpiAiabISpYr-85" value="" style="endArrow=none;html=1;rounded=0;strokeWidth=2;endFill=0;dashed=1;" parent="1" edge="1">
          <mxGeometry width="50" height="50" relative="1" as="geometry">
            <mxPoint x="160" y="431" as="sourcePoint" />
            <mxPoint x="240" y="431" as="targetPoint" />
          </mxGeometry>
        </mxCell>
-         <mxCell id="QjtPeYFllpiAiabISpYr-86" value="" style="endArrow=none;html=1;rounded=0;strokeWidth=2;endFill=0;" edge="1" parent="1">
+         <mxCell id="QjtPeYFllpiAiabISpYr-86" value="" style="endArrow=none;html=1;rounded=0;strokeWidth=2;endFill=0;" parent="1" edge="1">
          <mxGeometry width="50" height="50" relative="1" as="geometry">
            <mxPoint x="240" y="431" as="sourcePoint" />
            <mxPoint x="480" y="431" as="targetPoint" />
          </mxGeometry>
        </mxCell>
-         <mxCell id="QjtPeYFllpiAiabISpYr-87" value="" style="endArrow=none;html=1;rounded=0;strokeWidth=2;endFill=0;" edge="1" parent="1">
+         <mxCell id="QjtPeYFllpiAiabISpYr-87" value="" style="endArrow=none;html=1;rounded=0;strokeWidth=2;endFill=0;" parent="1" edge="1">
          <mxGeometry width="50" height="50" relative="1" as="geometry">
            <mxPoint x="90" y="431" as="sourcePoint" />
            <mxPoint x="170" y="431" as="targetPoint" />
          </mxGeometry>
        </mxCell>
-         <mxCell id="QjtPeYFllpiAiabISpYr-88" value="" style="endArrow=none;html=1;rounded=0;strokeWidth=9;strokeColor=#FFCC99;endFill=0;" edge="1" parent="1">
+         <mxCell id="QjtPeYFllpiAiabISpYr-88" value="" style="endArrow=none;html=1;rounded=0;strokeWidth=9;strokeColor=#FFCC99;endFill=0;" parent="1" edge="1">
          <mxGeometry width="50" height="50" relative="1" as="geometry">
            <mxPoint x="374.83" y="420" as="sourcePoint" />
            <mxPoint x="374.83" y="410" as="targetPoint" />
          </mxGeometry>
        </mxCell>
-         <mxCell id="QjtPeYFllpiAiabISpYr-89" value="" style="endArrow=none;html=1;rounded=0;strokeWidth=9;strokeColor=#CCFF99;endFill=0;" edge="1" parent="1">
+         <mxCell id="QjtPeYFllpiAiabISpYr-89" value="" style="endArrow=none;html=1;rounded=0;strokeWidth=9;strokeColor=#CCFF99;endFill=0;" parent="1" edge="1">
          <mxGeometry width="50" height="50" relative="1" as="geometry">
            <mxPoint x="374.83" y="410" as="sourcePoint" />
            <mxPoint x="374.83" y="400" as="targetPoint" />
          </mxGeometry>
        </mxCell>
-         <mxCell id="QjtPeYFllpiAiabISpYr-90" value="" style="endArrow=none;html=1;rounded=0;strokeWidth=9;strokeColor=#99FF99;endFill=0;" edge="1" parent="1">
+         <mxCell id="QjtPeYFllpiAiabISpYr-90" value="" style="endArrow=none;html=1;rounded=0;strokeWidth=9;strokeColor=#99FF99;endFill=0;" parent="1" edge="1">
          <mxGeometry width="50" height="50" relative="1" as="geometry">
            <mxPoint x="374.83" y="400" as="sourcePoint" />
            <mxPoint x="374.83" y="390" as="targetPoint" />
          </mxGeometry>
        </mxCell>
-         <mxCell id="QjtPeYFllpiAiabISpYr-91" value="" style="endArrow=none;html=1;rounded=0;strokeWidth=9;strokeColor=#99FFCC;endFill=0;" edge="1" parent="1">
+         <mxCell id="QjtPeYFllpiAiabISpYr-91" value="" style="endArrow=none;html=1;rounded=0;strokeWidth=9;strokeColor=#99FFCC;endFill=0;" parent="1" edge="1">
          <mxGeometry width="50" height="50" relative="1" as="geometry">
            <mxPoint x="374.78" y="390" as="sourcePoint" />
            <mxPoint x="374.78" y="380" as="targetPoint" />
          </mxGeometry>
        </mxCell>
-         <mxCell id="QjtPeYFllpiAiabISpYr-92" value="" style="endArrow=none;html=1;rounded=0;strokeWidth=9;strokeColor=#99FFFF;endFill=0;" edge="1" parent="1">
+         <mxCell id="QjtPeYFllpiAiabISpYr-92" value="" style="endArrow=none;html=1;rounded=0;strokeWidth=9;strokeColor=#99FFFF;endFill=0;" parent="1" edge="1">
          <mxGeometry width="50" height="50" relative="1" as="geometry">
            <mxPoint x="374.83" y="380" as="sourcePoint" />
            <mxPoint x="374.83" y="370" as="targetPoint" />
          </mxGeometry>
        </mxCell>
-         <mxCell id="QjtPeYFllpiAiabISpYr-93" value="" style="endArrow=none;html=1;rounded=0;strokeWidth=9;strokeColor=#99CCFF;endFill=0;" edge="1" parent="1">
+         <mxCell id="QjtPeYFllpiAiabISpYr-93" value="" style="endArrow=none;html=1;rounded=0;strokeWidth=9;strokeColor=#99CCFF;endFill=0;" parent="1" edge="1">
          <mxGeometry width="50" height="50" relative="1" as="geometry">
            <mxPoint x="374.78" y="370" as="sourcePoint" />
            <mxPoint x="374.78" y="360" as="targetPoint" />
          </mxGeometry>
        </mxCell>
-         <mxCell id="QjtPeYFllpiAiabISpYr-94" value="" style="endArrow=none;html=1;rounded=0;strokeWidth=9;strokeColor=#9999FF;endFill=0;" edge="1" parent="1">
+         <mxCell id="QjtPeYFllpiAiabISpYr-94" value="" style="endArrow=none;html=1;rounded=0;strokeWidth=9;strokeColor=#9999FF;endFill=0;" parent="1" edge="1">
          <mxGeometry width="50" height="50" relative="1" as="geometry">
            <mxPoint x="374.78" y="360" as="sourcePoint" />
            <mxPoint x="374.78" y="350" as="targetPoint" />
          </mxGeometry>
        </mxCell>
-         <mxCell id="QjtPeYFllpiAiabISpYr-95" value="" style="endArrow=none;html=1;rounded=0;strokeWidth=9;strokeColor=#CC99FF;endFill=0;" edge="1" parent="1">
+         <mxCell id="QjtPeYFllpiAiabISpYr-95" value="" style="endArrow=none;html=1;rounded=0;strokeWidth=9;strokeColor=#CC99FF;endFill=0;" parent="1" edge="1">
          <mxGeometry width="50" height="50" relative="1" as="geometry">
            <mxPoint x="374.78" y="350" as="sourcePoint" />
            <mxPoint x="374.78" y="340" as="targetPoint" />
          </mxGeometry>
        </mxCell>
-         <mxCell id="QjtPeYFllpiAiabISpYr-96" value="" style="endArrow=none;html=1;rounded=0;strokeWidth=9;strokeColor=#FF99FF;endFill=0;" edge="1" parent="1">
+         <mxCell id="QjtPeYFllpiAiabISpYr-96" value="" style="endArrow=none;html=1;rounded=0;strokeWidth=9;strokeColor=#FF99FF;endFill=0;" parent="1" edge="1">
          <mxGeometry width="50" height="50" relative="1" as="geometry">
            <mxPoint x="374.78" y="340" as="sourcePoint" />
            <mxPoint x="374.78" y="330" as="targetPoint" />
          </mxGeometry>
        </mxCell>
-         <mxCell id="QjtPeYFllpiAiabISpYr-97" value="" style="endArrow=none;html=1;rounded=0;strokeWidth=9;strokeColor=#FF99CC;endFill=0;" edge="1" parent="1">
+         <mxCell id="QjtPeYFllpiAiabISpYr-97" value="" style="endArrow=none;html=1;rounded=0;strokeWidth=9;strokeColor=#FF99CC;endFill=0;" parent="1" edge="1">
          <mxGeometry width="50" height="50" relative="1" as="geometry">
            <mxPoint x="374.78" y="330" as="sourcePoint" />
            <mxPoint x="374.78" y="320" as="targetPoint" />
          </mxGeometry>
        </mxCell>
-         <mxCell id="QjtPeYFllpiAiabISpYr-98" value="&lt;font style=&quot;&quot;&gt;$$-n\omega_0+\omega_m$$&lt;/font&gt;" style="text;html=1;align=center;verticalAlign=middle;whiteSpace=wrap;rounded=0;fontColor=#FF3333;" vertex="1" parent="1">
+         <mxCell id="QjtPeYFllpiAiabISpYr-98" value="&lt;font style=&quot;&quot;&gt;$$-n\omega_0+\omega_m$$&lt;/font&gt;" style="text;html=1;align=center;verticalAlign=middle;whiteSpace=wrap;rounded=0;fontColor=#FF3333;" parent="1" vertex="1">
          <mxGeometry x="120" y="251" width="30" height="19" as="geometry" />
        </mxCell>
-         <mxCell id="QjtPeYFllpiAiabISpYr-101" value="&lt;font style=&quot;&quot;&gt;$$+\omega_m$$&lt;/font&gt;" style="text;html=1;align=center;verticalAlign=middle;whiteSpace=wrap;rounded=0;fontColor=#FF3333;" vertex="1" parent="1">
+         <mxCell id="QjtPeYFllpiAiabISpYr-101" value="&lt;font style=&quot;&quot;&gt;$$+\omega_m$$&lt;/font&gt;" style="text;html=1;align=center;verticalAlign=middle;whiteSpace=wrap;rounded=0;fontColor=#FF3333;" parent="1" vertex="1">
          <mxGeometry x="360" y="251" width="30" height="19" as="geometry" />
        </mxCell>
-         <mxCell id="QjtPeYFllpiAiabISpYr-103" value="&lt;font style=&quot;&quot;&gt;$$n\omega_0+\omega_m$$&lt;/font&gt;" style="text;html=1;align=center;verticalAlign=middle;whiteSpace=wrap;rounded=0;fontColor=#FF3333;" vertex="1" parent="1">
+         <mxCell id="QjtPeYFllpiAiabISpYr-103" value="&lt;font style=&quot;&quot;&gt;$$n\omega_0+\omega_m$$&lt;/font&gt;" style="text;html=1;align=center;verticalAlign=middle;whiteSpace=wrap;rounded=0;fontColor=#FF3333;" parent="1" vertex="1">
          <mxGeometry x="590" y="251" width="30" height="19" as="geometry" />
+         </mxCell>
+         <mxCell id="M0N5W6iR4CWJPe26Rvbf-1" value="&lt;font style=&quot;&quot;&gt;$$-n\omega_0$$&lt;/font&gt;" style="text;html=1;align=center;verticalAlign=middle;whiteSpace=wrap;rounded=0;fontColor=#FF3333;" vertex="1" parent="1">
+           <mxGeometry x="100" y="120" width="30" height="19" as="geometry" />
+         </mxCell>
+         <mxCell id="M0N5W6iR4CWJPe26Rvbf-2" value="&lt;font style=&quot;&quot;&gt;$$n\omega_0$$&lt;/font&gt;" style="text;html=1;align=center;verticalAlign=middle;whiteSpace=wrap;rounded=0;fontColor=#FF3333;" vertex="1" parent="1">
+           <mxGeometry x="580" y="125.5" width="30" height="19" as="geometry" />
+         </mxCell>
+         <mxCell id="M0N5W6iR4CWJPe26Rvbf-3" value="&lt;font style=&quot;&quot;&gt;$$+\omega_m$$&lt;/font&gt;" style="text;html=1;align=center;verticalAlign=middle;whiteSpace=wrap;rounded=0;fontColor=#FF3333;" vertex="1" parent="1">
+           <mxGeometry x="365" y="431" width="30" height="19" as="geometry" />
+         </mxCell>
+         <mxCell id="M0N5W6iR4CWJPe26Rvbf-4" value="&lt;font style=&quot;font-size: 20px; color: rgb(51, 51, 255);&quot;&gt;&lt;b style=&quot;&quot;&gt;$$*$$&lt;/b&gt;&lt;/font&gt;" style="text;html=1;align=center;verticalAlign=middle;whiteSpace=wrap;rounded=0;" vertex="1" parent="1">
+           <mxGeometry x="330" y="133" width="60" height="30" as="geometry" />
+         </mxCell>
+         <mxCell id="M0N5W6iR4CWJPe26Rvbf-5" value="&lt;font style=&quot;font-size: 20px; color: rgb(51, 51, 255);&quot;&gt;&lt;b style=&quot;&quot;&gt;$$=$$&lt;/b&gt;&lt;/font&gt;" style="text;html=1;align=center;verticalAlign=middle;whiteSpace=wrap;rounded=0;" vertex="1" parent="1">
+           <mxGeometry x="330" y="275" width="60" height="30" as="geometry" />
        </mxCell>
      </root>
    </mxGraphModel>
  </diagram>
</mxfile>
